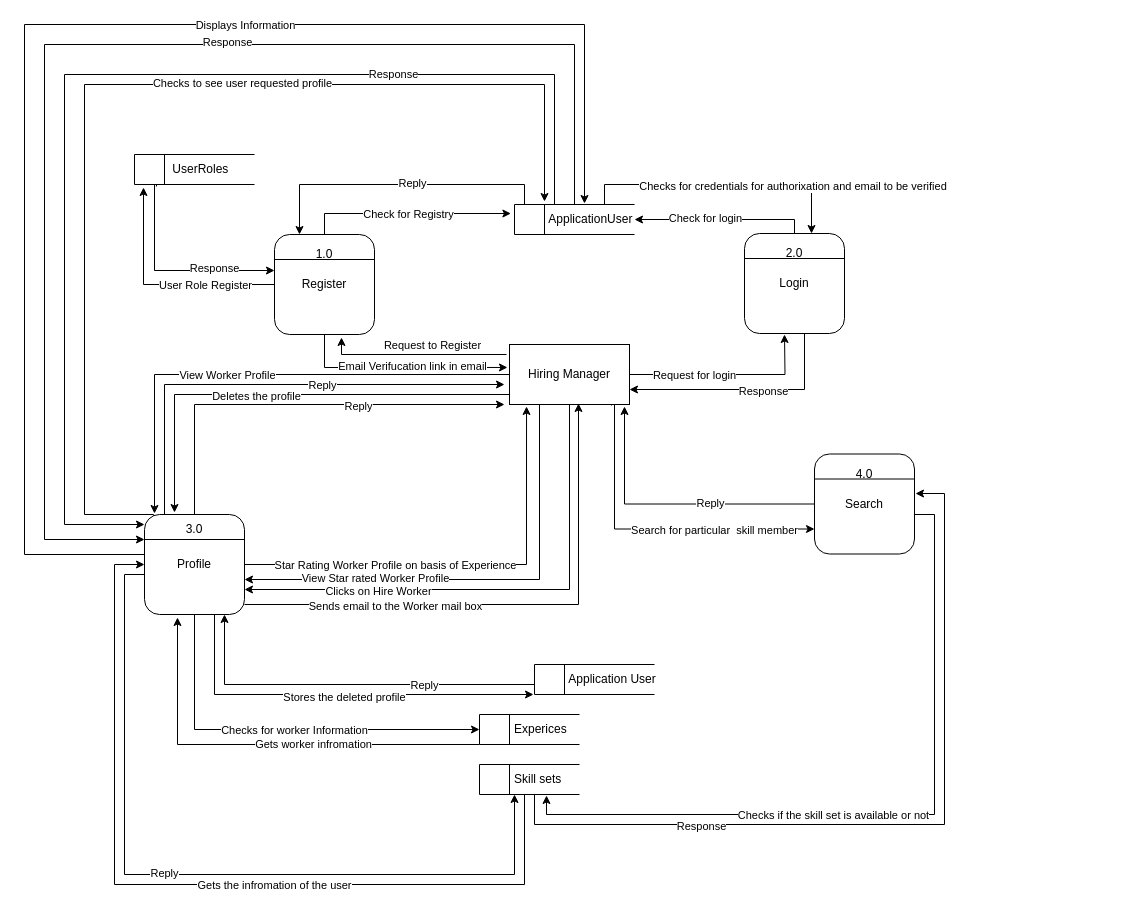
Above: Untitled Diagram.drawio in SujinRajak/WorkersManaginHub (draw.io), before the change. Source tidied: cells renumbered, new cells numbered last; positions are measured from the earlier drawing's top-left corner, leaving out a move shared by most shapes. Both pictures are drawn from the tidied source at 100%, with x=0, y=0 at pixel (24, 24).
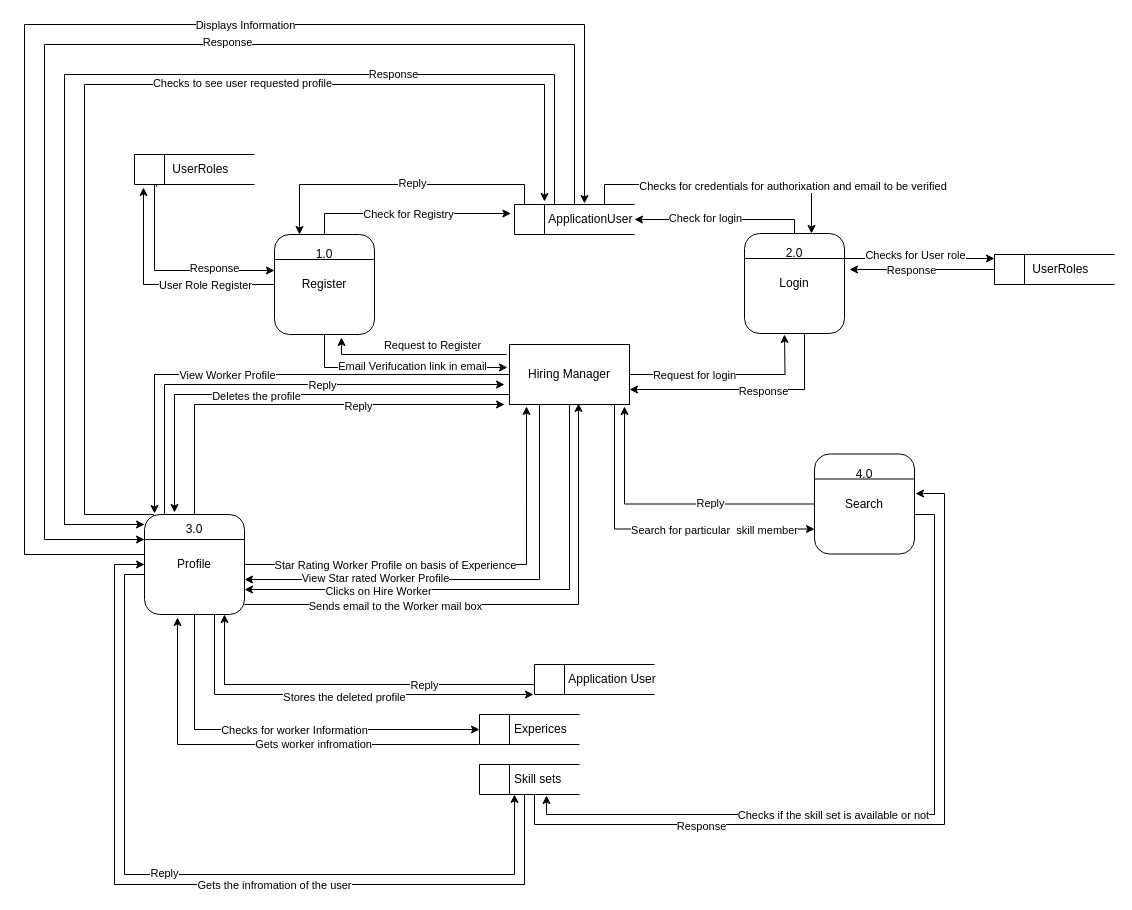
The same page after the edit.

Unchanged cells that the change refers to:
```xml
<mxCell id="44" value="Login" style="rounded=1;whiteSpace=wrap;html=1;" parent="1" vertex="1">
  <mxGeometry x="720" y="209" width="100" height="100" as="geometry" />
</mxCell>
```

Diff of the diagram source:
```diff
@@
+    <mxCell id="96" style="edgeStyle=orthogonalEdgeStyle;rounded=0;jettySize=auto;html=1;exitX=1;exitY=0.25;exitDx=0;exitDy=0;" parent="1" edge="1" source="44">
+      <mxGeometry relative="1" as="geometry">
+        <mxPoint x="970" y="234" as="targetPoint" />
+      </mxGeometry>
+    </mxCell>
+    <mxCell id="97" value="Checks for User role" style="edgeLabel;html=1;align=center;verticalAlign=middle;" parent="96" vertex="1">
+      <mxGeometry x="-0.29" y="3" relative="1" as="geometry">
+        <mxPoint x="17" y="-1" as="offset" />
+      </mxGeometry>
+    </mxCell>
@@
+    <mxCell id="98" style="edgeStyle=orthogonalEdgeStyle;rounded=0;jettySize=auto;html=1;exitX=0;exitY=0.5;exitDx=0;exitDy=0;entryX=1.05;entryY=0.36;entryDx=0;entryDy=0;entryPerimeter=0;" parent="1" edge="1" source="100" target="44">
+      <mxGeometry relative="1" as="geometry" />
+    </mxCell>
+    <mxCell id="99" value="Response" style="edgeLabel;html=1;align=center;verticalAlign=middle;" parent="98" vertex="1">
+      <mxGeometry x="0.16" relative="1" as="geometry" />
+    </mxCell>
+    <mxCell id="100" value="&amp;nbsp; &amp;nbsp; &amp;nbsp; &amp;nbsp; &amp;nbsp; UserRoles" style="html=1;dashed=0;whitespace=wrap;shape=mxgraph.dfd.dataStoreID;align=left;spacingLeft=3;points=[[0,0],[0.5,0],[1,0],[0,0.5],[1,0.5],[0,1],[0.5,1],[1,1]];" parent="1" vertex="1">
+      <mxGeometry x="970" y="230" width="120" height="30" as="geometry" />
+    </mxCell>
```
